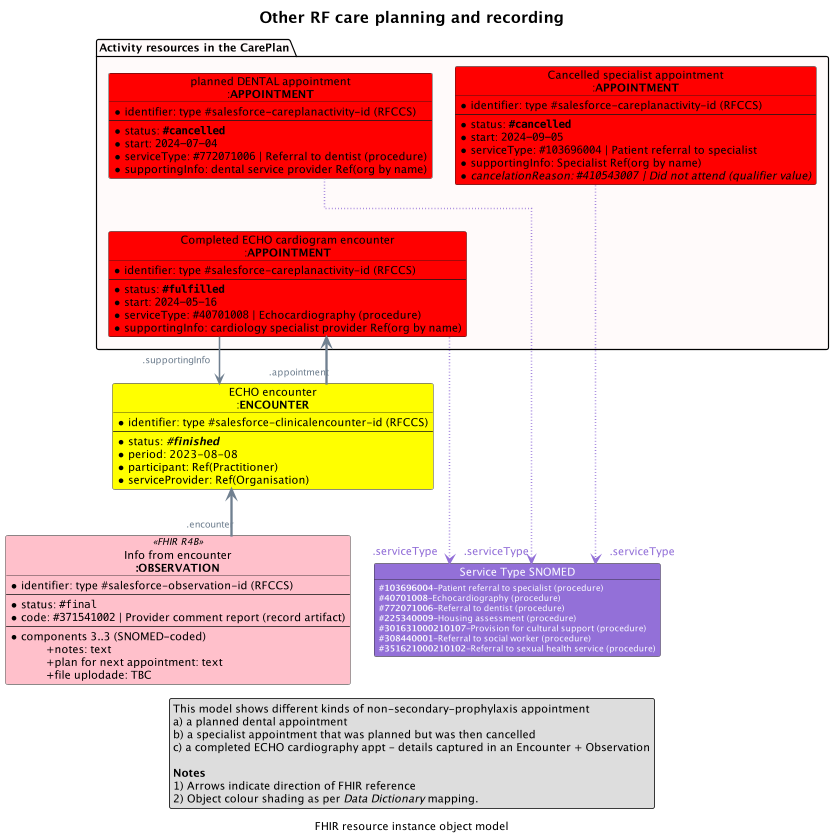
Before: input/images/obj-FHIR-otherencounters-planandrecord.png, a diagram exported from PlantUML (tijijose/cinc-fhir-ig).
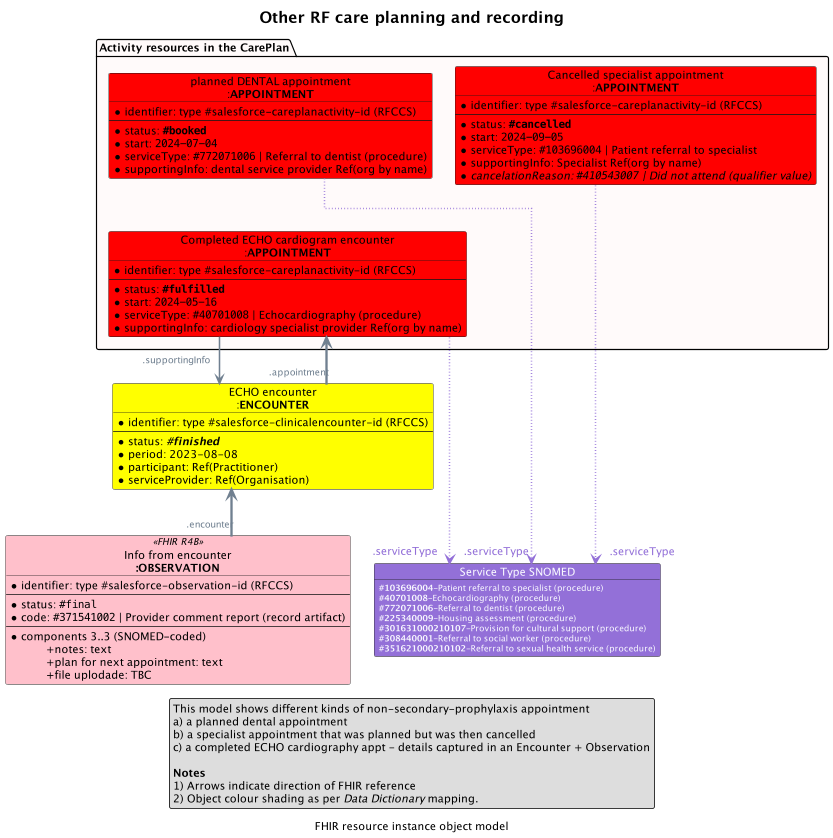
Later version of the same file.

What changed in the source:
```diff
@@ -48,7 +48,7 @@
   object "planned DENTAL appointment\n:**APPOINTMENT**" as FUTURE_APPT #Red {
     *identifier: type #salesforce-careplanactivity-id (RFCCS)
     ---
-    * status: ""**#cancelled**""
+    * status: ""**#booked**""
     * start: ""2024-07-04""
     * serviceType: ""#772071006"" | Referral to dentist (procedure)
     * supportingInfo: dental service provider Ref(org by name)
```
